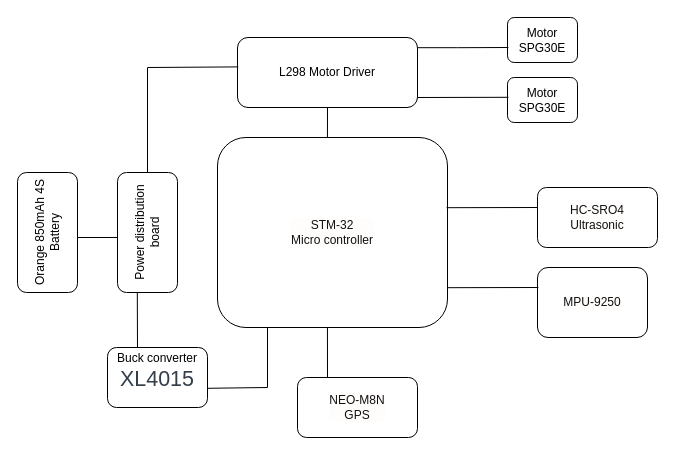
namanbsanghvi/Manas keeps this draw.io diagram as system arch ugv.drawio. Above is the earlier version. Source tidied: cells renumbered, new cells numbered last; positions are measured from the earlier drawing's top-left corner, leaving out a move shared by most shapes. Both pictures are drawn from the tidied source at 100%, with x=0, y=0 at pixel (-13, 17).
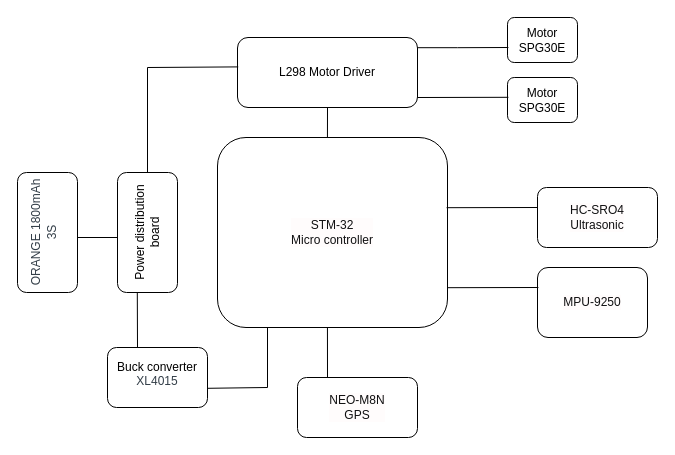
Above is the later version.

What changed in the source:
```diff
@@
-    <mxCell id="6" value="Orange 850mAh 4S&lt;br&gt;Battery" style="rounded=1;whiteSpace=wrap;html=1;rotation=-90;" parent="1" vertex="1">
+    <mxCell id="6" value="&lt;p style=&quot;box-sizing: border-box ; margin-top: 0px ; margin-bottom: 0.48em ; line-height: 1.28em ; color: rgb(51 , 62 , 72)&quot;&gt;&lt;font style=&quot;line-height: 1.2 ; font-size: 12px&quot;&gt;ORANGE 1800mAh 3S&lt;/font&gt;&lt;/p&gt;" style="rounded=1;whiteSpace=wrap;html=1;rotation=-90;" parent="1" vertex="1">
       <mxGeometry y="185" width="120" height="60" as="geometry" />
     </mxCell>
@@
-    <mxCell id="9" value="Buck converter&lt;h1 class=&quot;product_title entry-title&quot; style=&quot;box-sizing: border-box ; margin-top: 0px ; margin-bottom: 0.48em ; font-weight: 500 ; line-height: 1.28em ; font-size: 1.786em ; color: rgb(51 , 62 , 72) ; font-family: &amp;#34;inter&amp;#34; , &amp;#34;open sans&amp;#34; , , &amp;#34;helvetica neue light&amp;#34; , &amp;#34;helvetica neue&amp;#34; , &amp;#34;helvetica&amp;#34; , &amp;#34;arial&amp;#34; , &amp;#34;lucida grande&amp;#34; , sans-serif ; background-color: rgb(255 , 255 , 255)&quot;&gt;XL4015&lt;/h1&gt;" style="rounded=1;whiteSpace=wrap;html=1;" parent="1" vertex="1">
+    <mxCell id="9" value="Buck converter&lt;p style=&quot;box-sizing: border-box ; margin-top: 0px ; margin-bottom: 0.48em ; line-height: 1.28em ; color: rgb(51 , 62 , 72) ; background-color: rgb(255 , 255 , 255)&quot;&gt;&lt;font style=&quot;font-size: 12px&quot;&gt;XL4015&lt;/font&gt;&lt;/p&gt;" style="rounded=1;whiteSpace=wrap;html=1;align=center;" parent="1" vertex="1">
       <mxGeometry x="120" y="330" width="100" height="60" as="geometry" />
     </mxCell>
```
